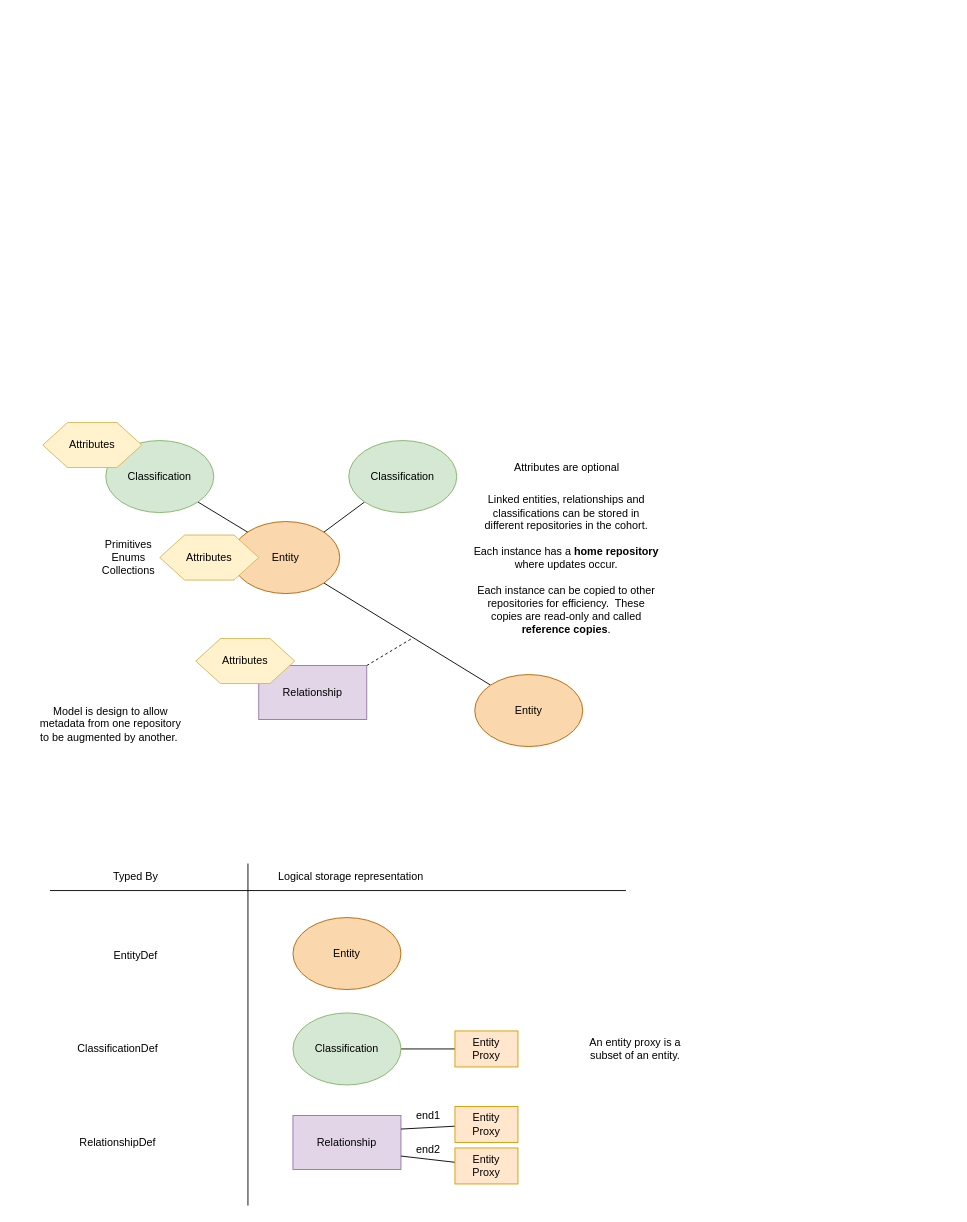
odpi/egeria-docs keeps this draw.io diagram as page "metadata-elements" (1 of 4) of site/docs/concepts/open-metadata-instances.drawio. Above is the earlier version. Source tidied: cells renumbered, new cells numbered last; positions are measured from the earlier drawing's top-left corner, leaving out a move shared by most shapes. Both pictures are drawn from the tidied source at 90%, with x=0, y=0 at pixel (33, 422).
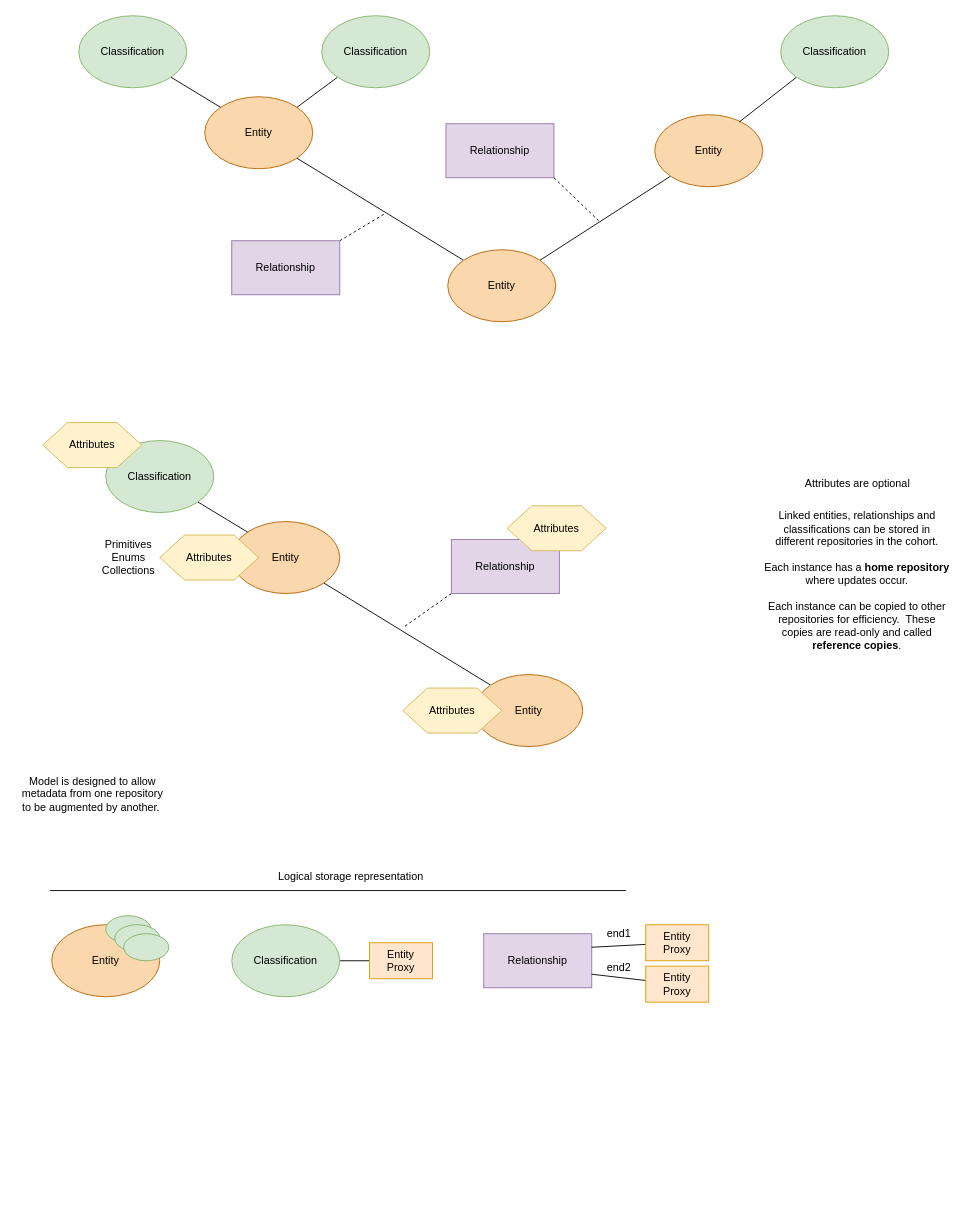
Above is the later version.

Unchanged cells that the change refers to:
```xml
<mxCell id="3" value="Entity" style="ellipse;whiteSpace=wrap;html=1;fillColor=#fad7ac;strokeColor=#b46504;" parent="1" vertex="1">
  <mxGeometry x="220" y="110" width="120" height="80" as="geometry" />
</mxCell>
```

What changed in the source:
```diff
@@
-    <mxCell id="5" style="edgeStyle=none;rounded=0;jettySize=auto;html=1;exitX=1;exitY=0;exitDx=0;exitDy=0;endArrow=none;endFill=0;dashed=1;" parent="1" edge="1" source="6">
+    <mxCell id="5" style="edgeStyle=none;rounded=0;jettySize=auto;html=1;exitX=0;exitY=1;exitDx=0;exitDy=0;endArrow=none;endFill=0;dashed=1;" parent="1" edge="1" source="6">
       <mxGeometry relative="1" as="geometry">
-        <mxPoint x="420" y="240" as="targetPoint" />
+        <mxPoint x="410" y="228" as="targetPoint" />
       </mxGeometry>
     </mxCell>
     <mxCell id="6" value="Relationship" style="rounded=0;whiteSpace=wrap;html=1;fillColor=#e1d5e7;strokeColor=#9673a6;" parent="1" vertex="1">
-      <mxGeometry x="250" y="270" width="120" height="60" as="geometry" />
+      <mxGeometry x="464" y="130" width="120" height="60" as="geometry" />
     </mxCell>
@@
-    <mxCell id="9" style="edgeStyle=none;rounded=0;jettySize=auto;html=1;entryX=1;entryY=0;entryDx=0;entryDy=0;endArrow=none;endFill=0;exitX=0;exitY=1;exitDx=0;exitDy=0;" parent="1" edge="1" source="10" target="3">
-      <mxGeometry relative="1" as="geometry" />
-    </mxCell>
-    <mxCell id="10" value="Classification" style="ellipse;whiteSpace=wrap;html=1;fillColor=#d5e8d4;strokeColor=#82b366;" parent="1" vertex="1">
-      <mxGeometry x="350" y="20" width="120" height="80" as="geometry" />
-    </mxCell>
     <mxCell id="11" value="Attributes" style="shape=hexagon;perimeter=hexagonPerimeter2;whiteSpace=wrap;html=1;fillColor=#fff2cc;strokeColor=#d6b656;" parent="1" vertex="1">
-      <mxGeometry x="180" y="240" width="110" height="50" as="geometry" />
+      <mxGeometry x="526" y="92.5" width="110" height="50" as="geometry" />
     </mxCell>
@@
     <mxCell id="14" value="Attributes are optional" style="text;html=1;align=center;verticalAlign=middle;" parent="1" vertex="1">
-      <mxGeometry x="527" y="40" width="130" height="20" as="geometry" />
+      <mxGeometry x="850" y="58" width="130" height="20" as="geometry" />
     </mxCell>
     <mxCell id="15" value="Linked entities, relationships and classifications can be stored in different repositories in the cohort.&lt;br&gt;&lt;br&gt;Each instance has a &lt;b&gt;home repository&lt;/b&gt; where updates occur.&lt;br&gt;&lt;br&gt;Each instance can be copied to other repositories for efficiency.&amp;nbsp; These copies are read-only and called &lt;b&gt;reference copies&lt;/b&gt;." style="text;html=1;align=center;verticalAlign=middle;whiteSpace=wrap;" parent="1" vertex="1">
-      <mxGeometry x="487" y="100" width="210" height="115" as="geometry" />
+      <mxGeometry x="810" y="118" width="210" height="115" as="geometry" />
     </mxCell>
@@
     <mxCell id="17" value="Classification&lt;br&gt;" style="ellipse;whiteSpace=wrap;html=1;fillColor=#d5e8d4;strokeColor=#82b366;" parent="1" vertex="1">
-      <mxGeometry x="288" y="656" width="120" height="80" as="geometry" />
+      <mxGeometry x="220" y="558" width="120" height="80" as="geometry" />
     </mxCell>
     <mxCell id="18" value="Entity&lt;br&gt;Proxy" style="rounded=0;whiteSpace=wrap;html=1;fillColor=#ffe6cc;strokeColor=#d79b00;" parent="1" vertex="1">
-      <mxGeometry x="468" y="676" width="70" height="40" as="geometry" />
+      <mxGeometry x="373" y="578" width="70" height="40" as="geometry" />
     </mxCell>
     <mxCell id="19" value="Entity" style="ellipse;whiteSpace=wrap;html=1;fillColor=#fad7ac;strokeColor=#b46504;" parent="1" vertex="1">
-      <mxGeometry x="288" y="550" width="120" height="80" as="geometry" />
+      <mxGeometry x="20" y="558" width="120" height="80" as="geometry" />
     </mxCell>
     <mxCell id="20" value="Relationship" style="rounded=0;whiteSpace=wrap;html=1;fillColor=#e1d5e7;strokeColor=#9673a6;" parent="1" vertex="1">
-      <mxGeometry x="288" y="770" width="120" height="60" as="geometry" />
+      <mxGeometry x="500" y="568" width="120" height="60" as="geometry" />
     </mxCell>
@@
     <mxCell id="22" value="Entity&lt;br&gt;Proxy" style="rounded=0;whiteSpace=wrap;html=1;fillColor=#ffe6cc;strokeColor=#d79b00;" parent="1" vertex="1">
-      <mxGeometry x="468" y="760" width="70" height="40" as="geometry" />
+      <mxGeometry x="680" y="558" width="70" height="40" as="geometry" />
     </mxCell>
@@
     <mxCell id="24" value="Entity&lt;br&gt;Proxy" style="rounded=0;whiteSpace=wrap;html=1;fillColor=#ffe6cc;strokeColor=#d79b00;" parent="1" vertex="1">
-      <mxGeometry x="468" y="806" width="70" height="40" as="geometry" />
+      <mxGeometry x="680" y="604" width="70" height="40" as="geometry" />
     </mxCell>
     <mxCell id="25" value="end1" style="text;html=1;align=center;verticalAlign=middle;" parent="1" vertex="1">
-      <mxGeometry x="418" y="760" width="40" height="20" as="geometry" />
+      <mxGeometry x="630" y="558" width="40" height="20" as="geometry" />
     </mxCell>
     <mxCell id="26" value="end2" style="text;html=1;align=center;verticalAlign=middle;" parent="1" vertex="1">
-      <mxGeometry x="418" y="798" width="40" height="20" as="geometry" />
+      <mxGeometry x="630" y="596" width="40" height="20" as="geometry" />
     </mxCell>
-    <mxCell id="27" value="Typed By" style="text;html=1;align=center;verticalAlign=middle;" parent="1" vertex="1">
-      <mxGeometry x="78" y="495" width="70" height="20" as="geometry" />
-    </mxCell>
-    <mxCell id="28" value="EntityDef" style="text;html=1;align=center;verticalAlign=middle;" parent="1" vertex="1">
-      <mxGeometry x="83" y="583" width="60" height="20" as="geometry" />
-    </mxCell>
-    <mxCell id="29" value="ClassificationDef" style="text;html=1;align=center;verticalAlign=middle;" parent="1" vertex="1">
-      <mxGeometry x="43" y="686" width="100" height="20" as="geometry" />
-    </mxCell>
-    <mxCell id="30" value="RelationshipDef" style="text;html=1;align=center;verticalAlign=middle;" parent="1" vertex="1">
-      <mxGeometry x="43" y="790" width="100" height="20" as="geometry" />
-    </mxCell>
@@
-    <mxCell id="33" style="endArrow=none;html=1;" parent="1" edge="1">
-      <mxGeometry relative="1" as="geometry">
-        <mxPoint x="238" y="490" as="sourcePoint" />
-        <mxPoint x="238" y="870" as="targetPoint" />
-      </mxGeometry>
-    </mxCell>
-    <mxCell id="34" value="An entity proxy is a&lt;br&gt;subset of an entity." style="text;html=1;align=center;verticalAlign=middle;" parent="1" vertex="1">
-      <mxGeometry x="608" y="681" width="120" height="30" as="geometry" />
-    </mxCell>
@@
-    <mxCell id="36" value="Model is design to allow&lt;br&gt;metadata from one repository&lt;br&gt;to be augmented by another.&amp;nbsp;" style="text;html=1;align=center;verticalAlign=middle;" parent="1" vertex="1">
-      <mxGeometry y="310" width="170" height="50" as="geometry" />
+    <mxCell id="36" value="Model is designed to allow&lt;br&gt;metadata from one repository&lt;br&gt;to be augmented by another.&amp;nbsp;" style="text;html=1;align=center;verticalAlign=middle;" parent="1" vertex="1">
+      <mxGeometry x="-20" y="388" width="170" height="50" as="geometry" />
     </mxCell>
+    <mxCell id="37" style="rounded=0;jettySize=auto;html=1;exitX=1;exitY=1;exitDx=0;exitDy=0;entryX=0;entryY=0;entryDx=0;entryDy=0;endArrow=none;endFill=0;" parent="1" edge="1" source="38" target="40">
+      <mxGeometry relative="1" as="geometry" />
+    </mxCell>
+    <mxCell id="38" value="Entity" style="ellipse;whiteSpace=wrap;html=1;fillColor=#fad7ac;strokeColor=#b46504;" parent="1" vertex="1">
+      <mxGeometry x="190" y="-362" width="120" height="80" as="geometry" />
+    </mxCell>
+    <mxCell id="39" style="rounded=0;jettySize=auto;html=1;exitX=1;exitY=0;exitDx=0;exitDy=0;entryX=0;entryY=1;entryDx=0;entryDy=0;endArrow=none;endFill=0;" parent="1" edge="1" source="40" target="47">
+      <mxGeometry relative="1" as="geometry" />
+    </mxCell>
+    <mxCell id="40" value="Entity" style="ellipse;whiteSpace=wrap;html=1;fillColor=#fad7ac;strokeColor=#b46504;" parent="1" vertex="1">
+      <mxGeometry x="460" y="-192" width="120" height="80" as="geometry" />
+    </mxCell>
+    <mxCell id="41" style="edgeStyle=none;rounded=0;jettySize=auto;html=1;exitX=1;exitY=0;exitDx=0;exitDy=0;endArrow=none;endFill=0;dashed=1;" parent="1" edge="1" source="42">
+      <mxGeometry relative="1" as="geometry">
+        <mxPoint x="390" y="-232" as="targetPoint" />
+      </mxGeometry>
+    </mxCell>
+    <mxCell id="42" value="Relationship" style="rounded=0;whiteSpace=wrap;html=1;fillColor=#e1d5e7;strokeColor=#9673a6;" parent="1" vertex="1">
+      <mxGeometry x="220" y="-202" width="120" height="60" as="geometry" />
+    </mxCell>
+    <mxCell id="43" style="edgeStyle=none;rounded=0;jettySize=auto;html=1;entryX=0;entryY=0;entryDx=0;entryDy=0;endArrow=none;endFill=0;exitX=1;exitY=1;exitDx=0;exitDy=0;" parent="1" edge="1" source="44" target="38">
+      <mxGeometry relative="1" as="geometry" />
+    </mxCell>
+    <mxCell id="44" value="Classification" style="ellipse;whiteSpace=wrap;html=1;fillColor=#d5e8d4;strokeColor=#82b366;" parent="1" vertex="1">
+      <mxGeometry x="50" y="-452" width="120" height="80" as="geometry" />
+    </mxCell>
+    <mxCell id="45" style="edgeStyle=none;rounded=0;jettySize=auto;html=1;entryX=1;entryY=0;entryDx=0;entryDy=0;endArrow=none;endFill=0;exitX=0;exitY=1;exitDx=0;exitDy=0;" parent="1" edge="1" source="46" target="38">
+      <mxGeometry relative="1" as="geometry" />
+    </mxCell>
+    <mxCell id="46" value="Classification" style="ellipse;whiteSpace=wrap;html=1;fillColor=#d5e8d4;strokeColor=#82b366;" parent="1" vertex="1">
+      <mxGeometry x="320" y="-452" width="120" height="80" as="geometry" />
+    </mxCell>
+    <mxCell id="47" value="Entity" style="ellipse;whiteSpace=wrap;html=1;fillColor=#fad7ac;strokeColor=#b46504;" parent="1" vertex="1">
+      <mxGeometry x="690" y="-342" width="120" height="80" as="geometry" />
+    </mxCell>
+    <mxCell id="48" style="edgeStyle=none;rounded=0;jettySize=auto;html=1;exitX=1;exitY=1;exitDx=0;exitDy=0;endArrow=none;endFill=0;dashed=1;" parent="1" edge="1" source="49">
+      <mxGeometry relative="1" as="geometry">
+        <mxPoint x="630" y="-222" as="targetPoint" />
+      </mxGeometry>
+    </mxCell>
+    <mxCell id="49" value="Relationship" style="rounded=0;whiteSpace=wrap;html=1;fillColor=#e1d5e7;strokeColor=#9673a6;" parent="1" vertex="1">
+      <mxGeometry x="458" y="-332" width="120" height="60" as="geometry" />
+    </mxCell>
+    <mxCell id="50" style="edgeStyle=none;rounded=0;jettySize=auto;html=1;endArrow=none;endFill=0;exitX=0;exitY=1;exitDx=0;exitDy=0;entryX=0.783;entryY=0.1;entryDx=0;entryDy=0;entryPerimeter=0;" parent="1" edge="1" source="51" target="47">
+      <mxGeometry relative="1" as="geometry" />
+    </mxCell>
+    <mxCell id="51" value="Classification" style="ellipse;whiteSpace=wrap;html=1;fillColor=#d5e8d4;strokeColor=#82b366;" parent="1" vertex="1">
+      <mxGeometry x="830" y="-452" width="120" height="80" as="geometry" />
+    </mxCell>
+    <mxCell id="52" value="Attributes" style="shape=hexagon;perimeter=hexagonPerimeter2;whiteSpace=wrap;html=1;fillColor=#fff2cc;strokeColor=#d6b656;" parent="1" vertex="1">
+      <mxGeometry x="410" y="295" width="110" height="50" as="geometry" />
+    </mxCell>
+    <mxCell id="53" style="ellipse;whiteSpace=wrap;html=1;fillColor=#d5e8d4;strokeColor=#82b366;" parent="1" vertex="1">
+      <mxGeometry x="80" y="548" width="50" height="30" as="geometry" />
+    </mxCell>
+    <mxCell id="54" style="ellipse;whiteSpace=wrap;html=1;fillColor=#d5e8d4;strokeColor=#82b366;" parent="1" vertex="1">
+      <mxGeometry x="90" y="558" width="50" height="30" as="geometry" />
+    </mxCell>
+    <mxCell id="55" style="ellipse;whiteSpace=wrap;html=1;fillColor=#d5e8d4;strokeColor=#82b366;" parent="1" vertex="1">
+      <mxGeometry x="100" y="568" width="50" height="30" as="geometry" />
+    </mxCell>
```
